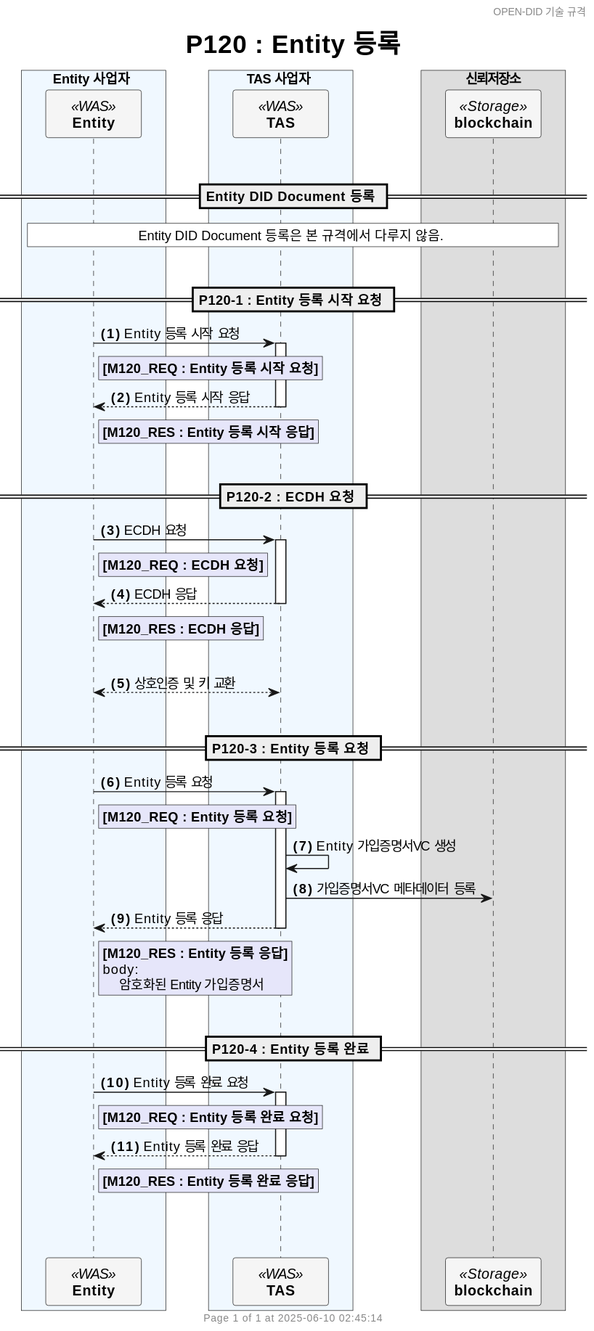
The PlantUML diagram docs/sequence/simple/images/P120_register_entity_simple_ko.svg in OmniOneID/did-doc-architecture, before a commit. Source of this version:
```plantuml
@startuml
header OPEN-DID 기술 규격
footer
  	Page %page% of %lastpage% at %date("yyyy-MM-dd hh:mm:ss")
end footer

title
	<size:25>P120 : Entity 등록</size>
end title

autonumber "<b>(#)</b>"

skinparam ParticipantPadding 20
skinparam BoxPadding 20
skinparam MaxMessageSize 500
skinparam MinClassWidth 80


box Entity 사업자 #AliceBlue
    participant "**Entity**" as ENT <<WAS>> #WhiteSmoke
end box

box TAS 사업자 #AliceBlue
    participant "**TAS**" as TAS <<WAS>> #WhiteSmoke
end box

box 신뢰저장소
    participant "**blockchain**" as BC <<Storage>> #WhiteSmoke
end box

!$refdoc = "별도 문서 참조"
!$doc = "데이터명세 문서 참조"


|||

== Entity DID Document 등록 ==
rnote across #white
    Entity DID Document 등록은 본 규격에서 다루지 않음.
end note

|||

== P120-1 : Entity 등록 시작 요청 ==
ENT -> TAS++ : Entity 등록 시작 요청
rnote right of ENT #Lavender
    **[M120_REQ : Entity 등록 시작 요청]**
end note

TAS --> ENT--: Entity 등록 시작 응답
rnote right of ENT #Lavender
    **[M120_RES : Entity 등록 시작 응답]**
end note

|||
== P120-2 : ECDH 요청 ==
ENT -> TAS++ : ECDH 요청
rnote right of ENT #Lavender
    **[M120_REQ : ECDH 요청]**
end note

TAS --> ENT--: ECDH 응답
rnote right of ENT #Lavender
    **[M120_RES : ECDH 응답]**
end note

|||
ENT <--> TAS : 상호인증 및 키 교환

|||
== P120-3 : Entity 등록 요청 ==
ENT -> TAS++ : Entity 등록 요청
rnote right of ENT #Lavender
    **[M120_REQ : Entity 등록 요청]**
end note

TAS -> TAS : Entity 가입증명서VC 생성
TAS -> BC : 가입증명서VC 메타데이터 등록

TAS --> ENT--: Entity 등록 응답
rnote right of ENT #Lavender
    **[M120_RES : Entity 등록 응답]**
    body:
        암호화된 Entity 가입증명서
end note

|||
== P120-4 : Entity 등록 완료 ==
ENT -> TAS++ : Entity 등록 완료 요청
rnote right of ENT #Lavender
    **[M120_REQ : Entity 등록 완료 요청]**
end note

TAS --> ENT--: Entity 등록 완료 응답
rnote right of ENT #Lavender
    **[M120_RES : Entity 등록 완료 응답]**
end note

|||
|||
@enduml
```
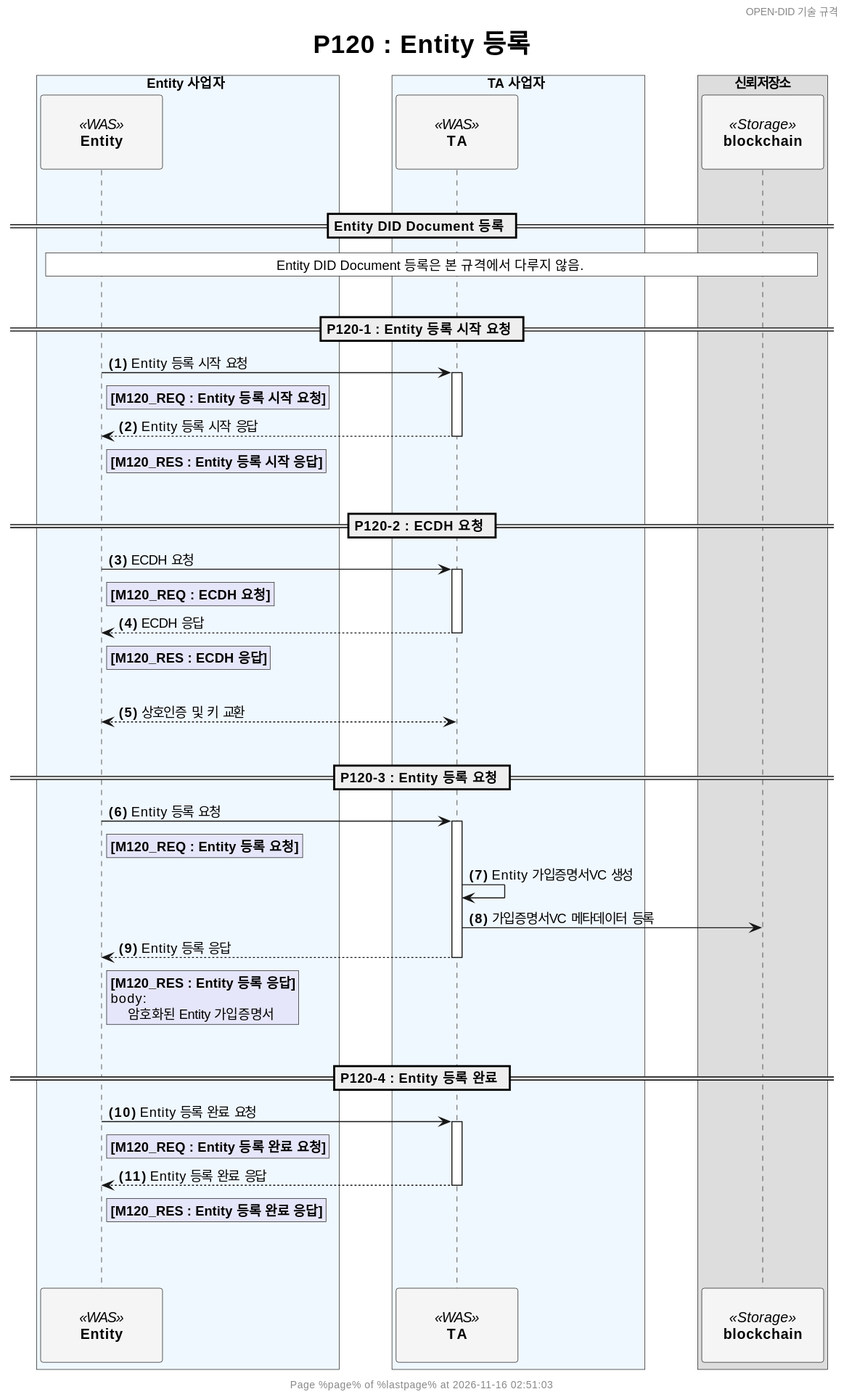
After the commit.

Change to the diagram source:
```diff
@@ -10,7 +10,11 @@
 
 autonumber "<b>(#)</b>"
 
-skinparam ParticipantPadding 20
+<style>
+participant {
+  Padding 20
+}
+</style>
 skinparam BoxPadding 20
 skinparam MaxMessageSize 500
 skinparam MinClassWidth 80
@@ -20,8 +24,8 @@
     participant "**Entity**" as ENT <<WAS>> #WhiteSmoke
 end box
 
-box TAS 사업자 #AliceBlue
-    participant "**TAS**" as TAS <<WAS>> #WhiteSmoke
+box TA 사업자 #AliceBlue
+    participant "**TA**" as TA <<WAS>> #WhiteSmoke
 end box
 
 box 신뢰저장소
@@ -42,42 +46,42 @@
 |||
 
 == P120-1 : Entity 등록 시작 요청 ==
-ENT -> TAS++ : Entity 등록 시작 요청
+ENT -> TA++ : Entity 등록 시작 요청
 rnote right of ENT #Lavender
     **[M120_REQ : Entity 등록 시작 요청]**
 end note
 
-TAS --> ENT--: Entity 등록 시작 응답
+TA --> ENT--: Entity 등록 시작 응답
 rnote right of ENT #Lavender
     **[M120_RES : Entity 등록 시작 응답]**
 end note
 
 |||
 == P120-2 : ECDH 요청 ==
-ENT -> TAS++ : ECDH 요청
+ENT -> TA++ : ECDH 요청
 rnote right of ENT #Lavender
     **[M120_REQ : ECDH 요청]**
 end note
 
-TAS --> ENT--: ECDH 응답
+TA --> ENT--: ECDH 응답
 rnote right of ENT #Lavender
     **[M120_RES : ECDH 응답]**
 end note
 
 |||
-ENT <--> TAS : 상호인증 및 키 교환
+ENT <--> TA : 상호인증 및 키 교환
 
 |||
 == P120-3 : Entity 등록 요청 ==
-ENT -> TAS++ : Entity 등록 요청
+ENT -> TA++ : Entity 등록 요청
 rnote right of ENT #Lavender
     **[M120_REQ : Entity 등록 요청]**
 end note
 
-TAS -> TAS : Entity 가입증명서VC 생성
-TAS -> BC : 가입증명서VC 메타데이터 등록
+TA -> TA : Entity 가입증명서VC 생성
+TA -> BC : 가입증명서VC 메타데이터 등록
 
-TAS --> ENT--: Entity 등록 응답
+TA --> ENT--: Entity 등록 응답
 rnote right of ENT #Lavender
     **[M120_RES : Entity 등록 응답]**
     body:
@@ -86,12 +90,12 @@
 
 |||
 == P120-4 : Entity 등록 완료 ==
-ENT -> TAS++ : Entity 등록 완료 요청
+ENT -> TA++ : Entity 등록 완료 요청
 rnote right of ENT #Lavender
     **[M120_REQ : Entity 등록 완료 요청]**
 end note
 
-TAS --> ENT--: Entity 등록 완료 응답
+TA --> ENT--: Entity 등록 완료 응답
 rnote right of ENT #Lavender
     **[M120_RES : Entity 등록 완료 응답]**
 end note
```
